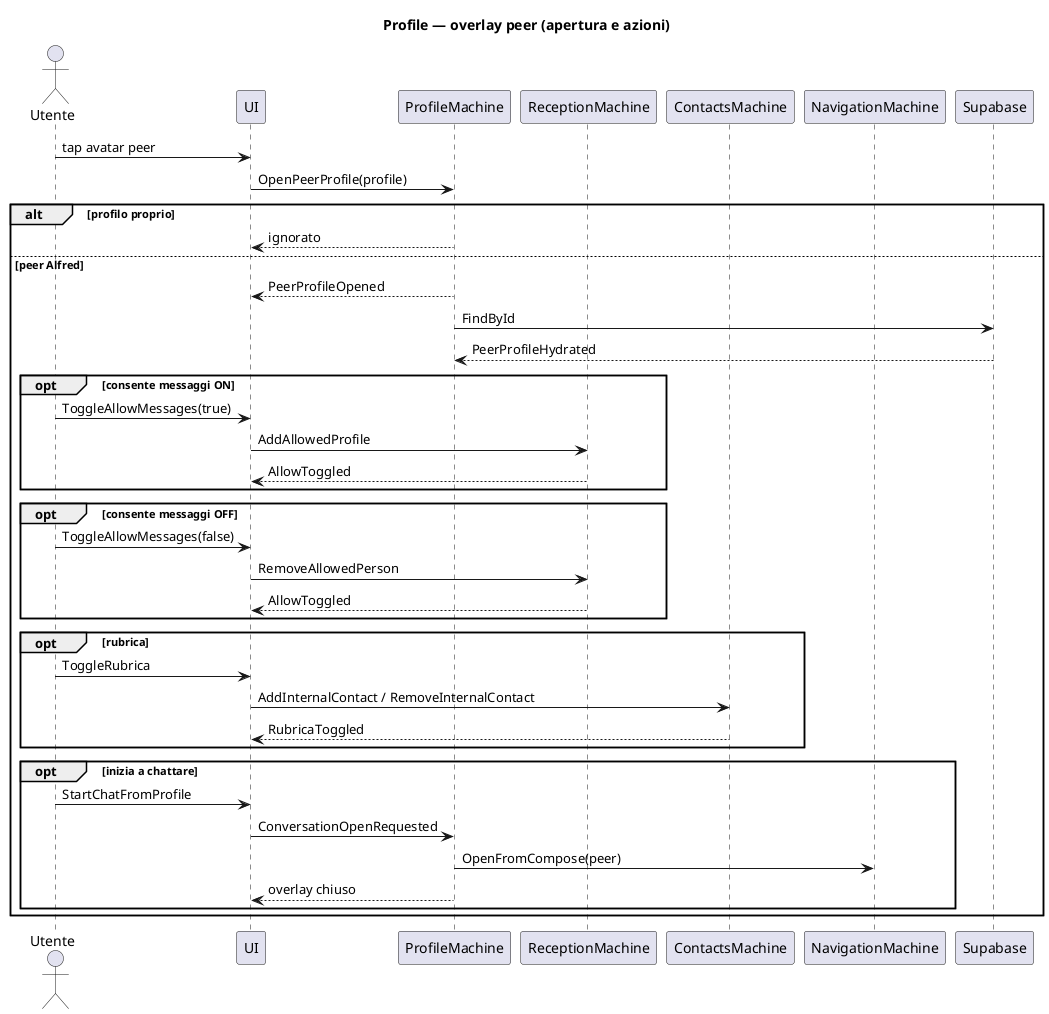
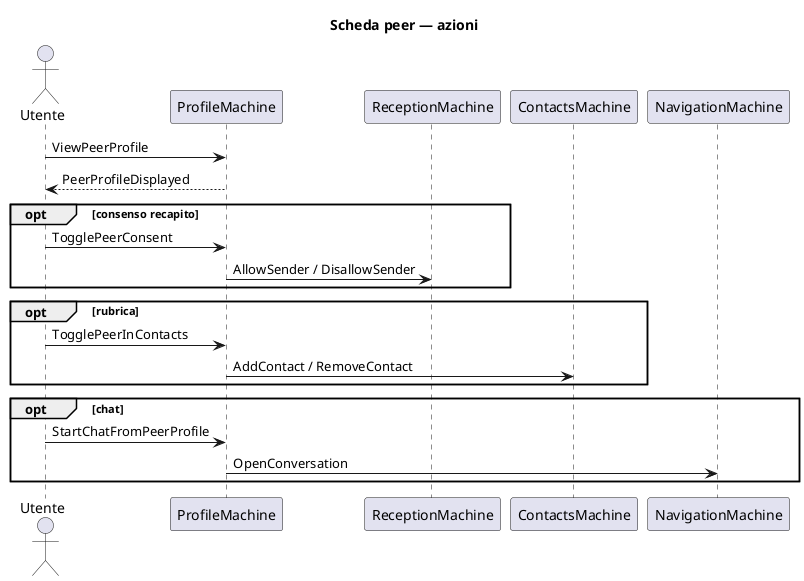
@startuml seq-peer-profile-overlay
' Context: profile
' Profile: client
- ' SDD: PROM-PEER-PROFILE
' Revision: 2026-07-19

- title Profile — overlay peer (apertura e azioni)
+ title Scheda peer — azioni

actor Utente
- participant "UI" as UI
participant "ProfileMachine" as PM
participant "ReceptionMachine" as RM
participant "ContactsMachine" as CM
participant "NavigationMachine" as Nav
- participant "Supabase" as DB

- Utente -> UI : tap avatar peer
- UI -> PM : OpenPeerProfile(profile)
+ Utente -> PM : ViewPeerProfile
+ PM --> Utente : PeerProfileDisplayed

- alt profilo proprio
-   PM --> UI : ignorato
- else peer Alfred
-   PM --> UI : PeerProfileOpened
-   PM -> DB : FindById
-   DB --> PM : PeerProfileHydrated
+ opt consenso recapito
+   Utente -> PM : TogglePeerConsent
+   PM -> RM : AllowSender / DisallowSender
+ end

-   opt consente messaggi ON
-     Utente -> UI : ToggleAllowMessages(true)
-     UI -> RM : AddAllowedProfile
-     RM --> UI : AllowToggled
-   end
+ opt rubrica
+   Utente -> PM : TogglePeerInContacts
+   PM -> CM : AddContact / RemoveContact
+ end

-   opt consente messaggi OFF
-     Utente -> UI : ToggleAllowMessages(false)
-     UI -> RM : RemoveAllowedPerson
-     RM --> UI : AllowToggled
-   end
- 
-   opt rubrica
-     Utente -> UI : ToggleRubrica
-     UI -> CM : AddInternalContact / RemoveInternalContact
-     CM --> UI : RubricaToggled
-   end
- 
-   opt inizia a chattare
-     Utente -> UI : StartChatFromProfile
-     UI -> PM : ConversationOpenRequested
-     PM -> Nav : OpenFromCompose(peer)
-     PM --> UI : overlay chiuso
-   end
+ opt chat
+   Utente -> PM : StartChatFromPeerProfile
+   PM -> Nav : OpenConversation
end

@enduml
